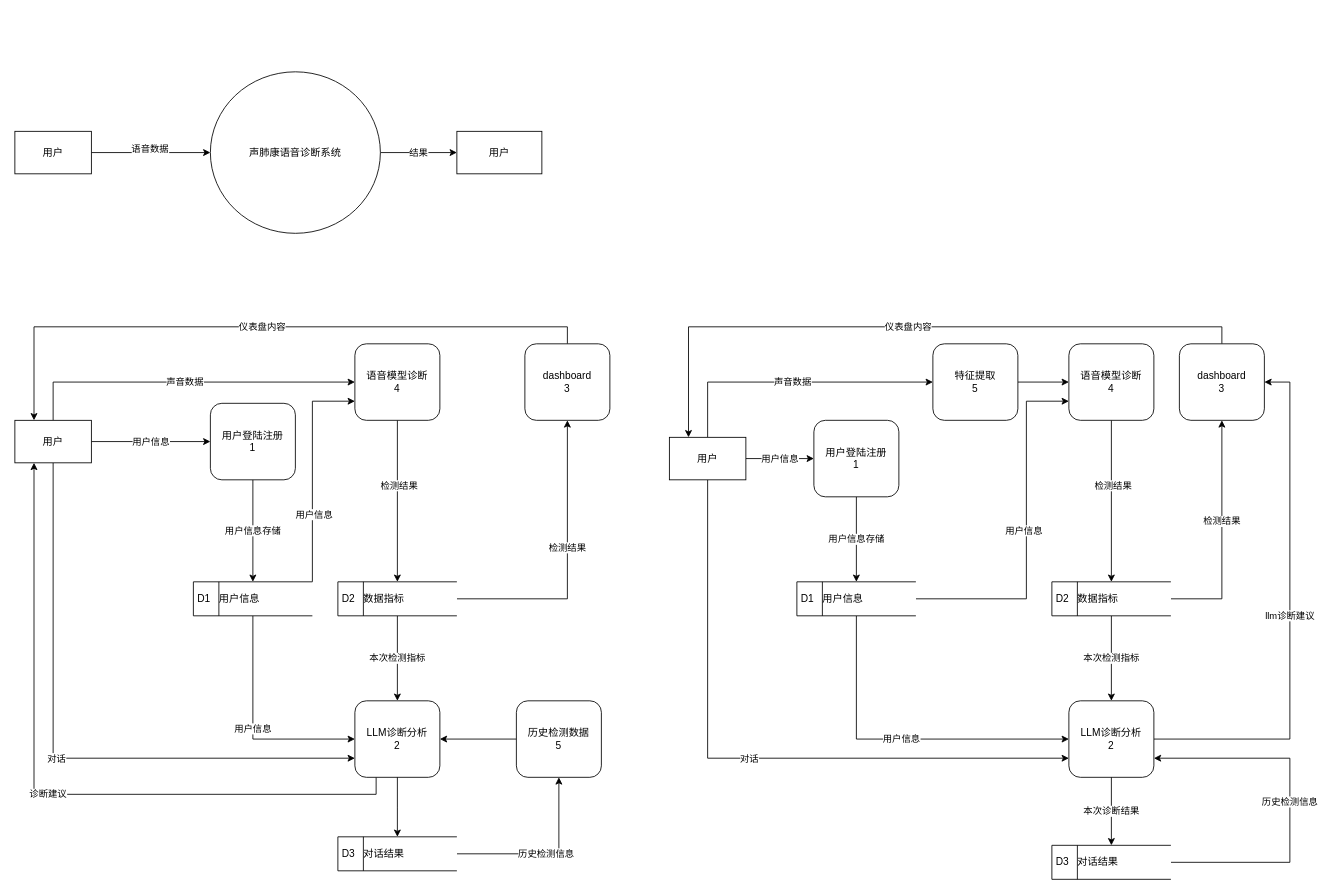
Earlier version of the draw.io diagram page "Page-1" (1 of 2) of 未命名绘图.drawio (Z0X8Z/voice_diagnosis_project). Source tidied: cells renumbered, new cells numbered last; positions are measured from the earlier drawing's top-left corner, leaving out a move shared by most shapes. Both pictures are drawn from the tidied source at 85%, with x=0, y=0 at pixel (14, 71).
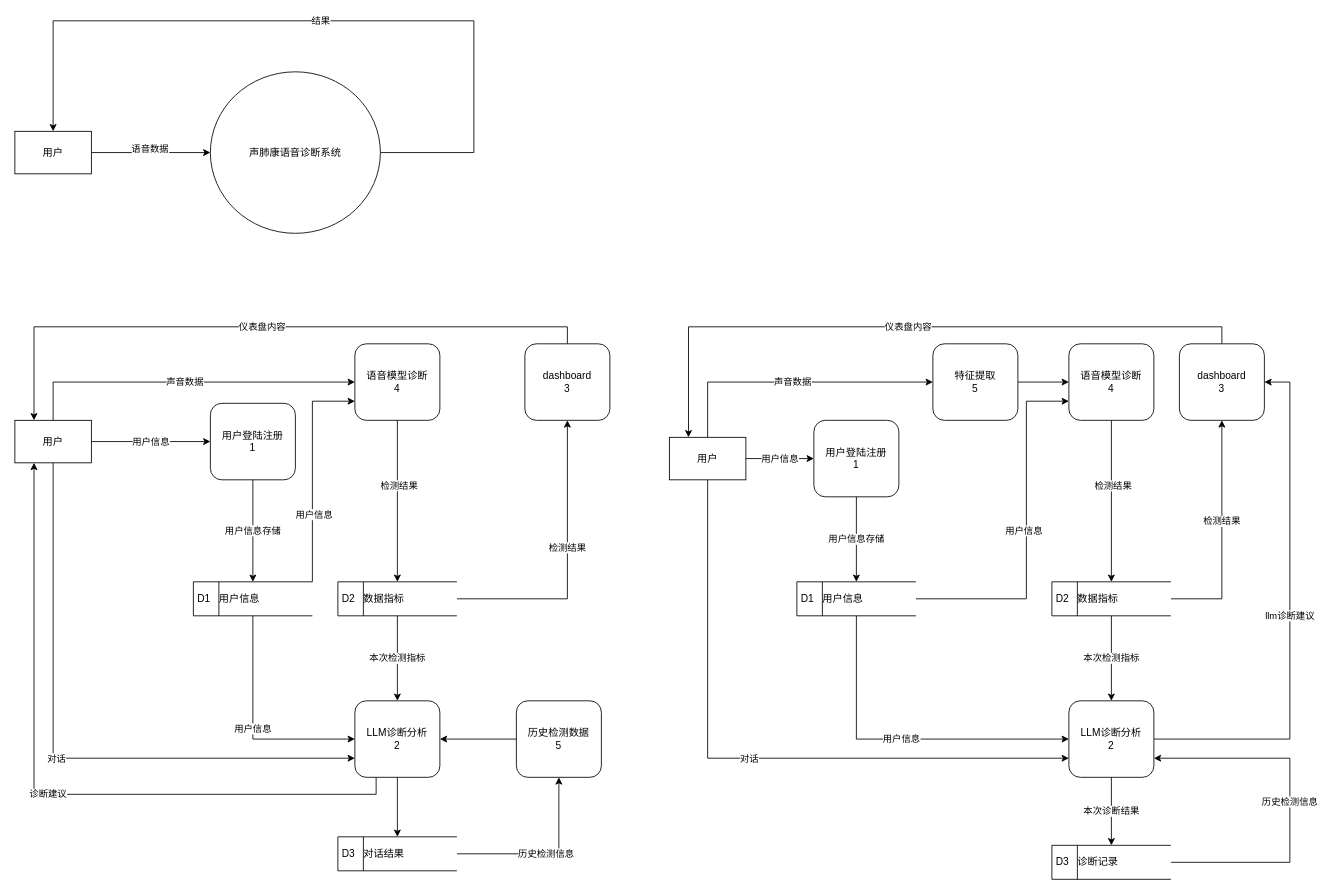
Above is the later version.

Commit message:
更新未命名绘图.drawio

Unchanged cells that the change refers to:
```xml
<mxCell id="4" value="用户" style="html=1;dashed=0;whiteSpace=wrap;" parent="1" vertex="1">
  <mxGeometry y="70" width="90" height="50" as="geometry" />
</mxCell>
<mxCell id="7" value="声肺康语音诊断系统" style="shape=ellipse;html=1;dashed=0;whiteSpace=wrap;perimeter=ellipsePerimeter;" parent="1" vertex="1">
  <mxGeometry x="230" width="200" height="190" as="geometry" />
</mxCell>
```

The edit, as a diff of the source:
```diff
@@
-    <mxCell id="5" value="用户" style="html=1;dashed=0;whiteSpace=wrap;" parent="1" vertex="1">
-      <mxGeometry x="520" y="70" width="100" height="50" as="geometry" />
-    </mxCell>
-    <mxCell id="6" value="结果" style="edgeStyle=orthogonalEdgeStyle;rounded=0;jettySize=auto;html=1;" parent="1" edge="1" source="7" target="5">
-      <mxGeometry relative="1" as="geometry" />
+    <mxCell id="6" value="结果" style="edgeStyle=orthogonalEdgeStyle;rounded=0;jettySize=auto;html=1;entryX=0.5;entryY=0;entryDx=0;entryDy=0;" parent="1" edge="1" source="7" target="4">
+      <mxGeometry relative="1" as="geometry">
+        <Array as="points">
+          <mxPoint x="540" y="95" />
+          <mxPoint x="540" y="-60" />
+          <mxPoint x="45" y="-60" />
+        </Array>
+      </mxGeometry>
     </mxCell>
@@
-    <mxCell id="56" value="D3&amp;nbsp; &amp;nbsp;对话结果" style="html=1;dashed=0;whiteSpace=wrap;shape=mxgraph.dfd.dataStoreID;align=left;spacingLeft=3;points=[[0,0],[0.5,0],[1,0],[0,0.5],[1,0.5],[0,1],[0.5,1],[1,1]];" parent="1" vertex="1">
+    <mxCell id="56" value="D3&amp;nbsp; &amp;nbsp;诊断记录" style="html=1;dashed=0;whiteSpace=wrap;shape=mxgraph.dfd.dataStoreID;align=left;spacingLeft=3;points=[[0,0],[0.5,0],[1,0],[0,0.5],[1,0.5],[0,1],[0.5,1],[1,1]];" parent="1" vertex="1">
       <mxGeometry x="1220" y="910" width="140" height="40" as="geometry" />
     </mxCell>
```
